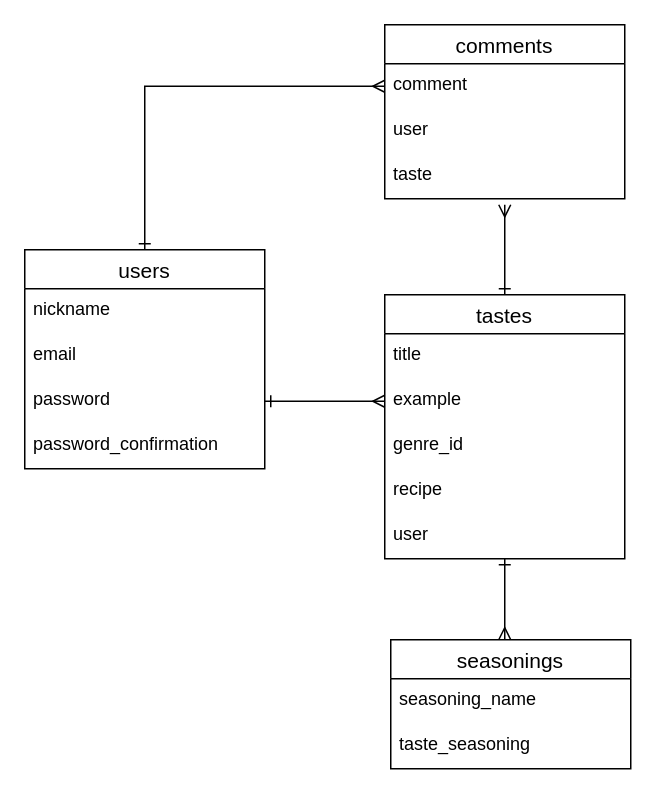
Above: page "ページ1" (1 of 2) of ER.dio in yumi-jpn/seasoning-creater (draw.io), before the change. Source tidied: cells renumbered, new cells numbered last; positions are measured from the earlier drawing's top-left corner, leaving out a move shared by most shapes. Both pictures are drawn from the tidied source at 150%, with x=0, y=0 at pixel (24, 24).
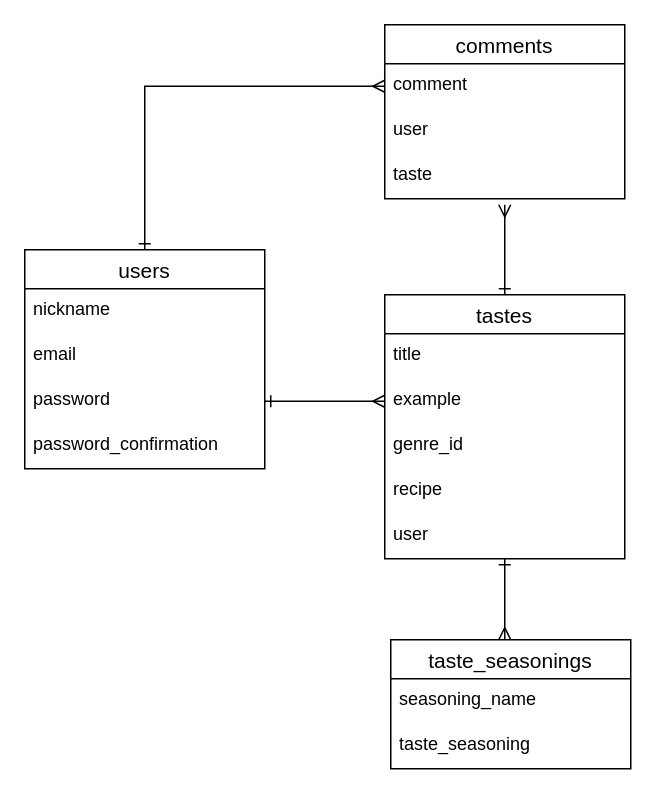
The same page after the edit.

Change to the diagram source:
```diff
@@
-    <mxCell id="16" value="seasonings" style="swimlane;fontStyle=0;horizontal=1;startSize=26;align=center;fontSize=14;" parent="1" vertex="1">
+    <mxCell id="16" value="taste_seasonings" style="swimlane;fontStyle=0;horizontal=1;startSize=26;align=center;fontSize=14;" parent="1" vertex="1">
       <mxGeometry x="244" y="410" width="160" height="86" as="geometry" />
     </mxCell>
```
